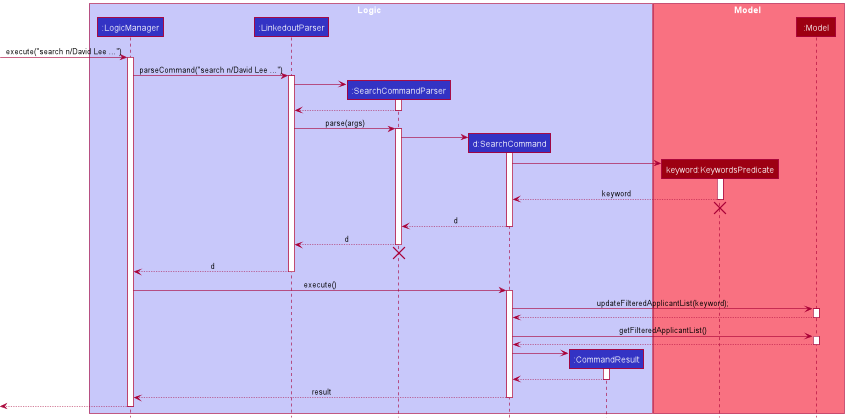
Before: docs/images/SearchSequenceDiagram.png, a diagram exported from PlantUML (zzhikai/tp).
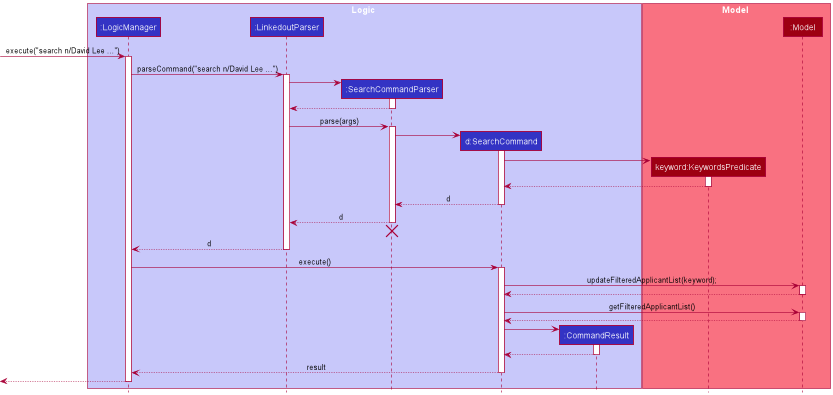
Above is the later version.

Commit message:
fix sequence diagram

Diff of the diagram source:
```diff
@@ -38,10 +38,8 @@
 SearchCommand -> KeywordsPredicate
 activate KeywordsPredicate
 
-KeywordsPredicate --> SearchCommand : keyword
+KeywordsPredicate --> SearchCommand
 deactivate KeywordsPredicate
-KeywordsPredicate -[hidden]-> SearchCommand
-destroy KeywordsPredicate
 
 SearchCommand --> SearchCommandParser : d
 deactivate SearchCommand
```
